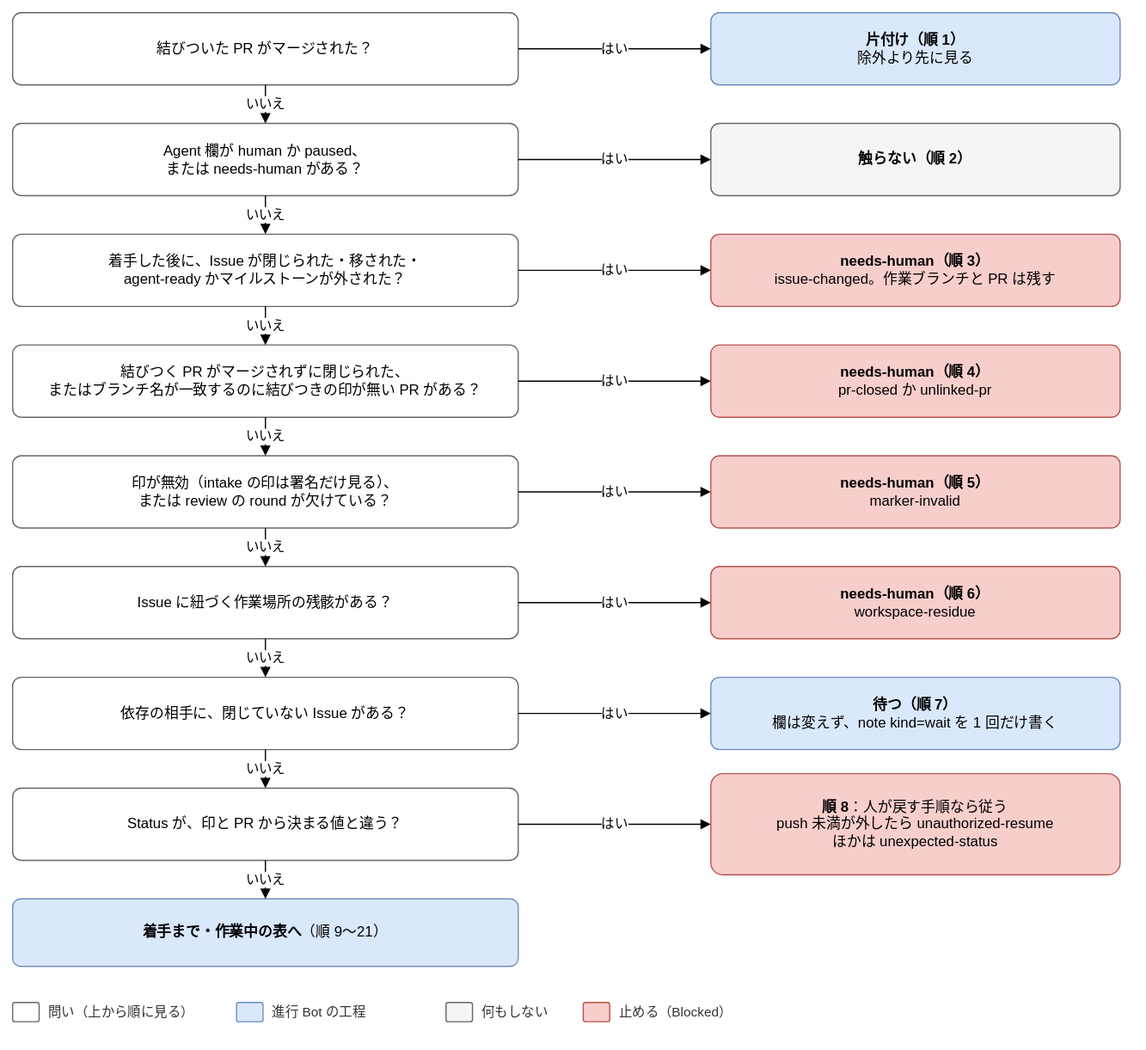
Before: docs/design/basic/diagrams/02-next-step-stops.drawio.svg, a diagram exported from draw.io (Joymerrevent/dev-autopilot). Source tidied: cells renumbered, new cells last; positions are measured from the earlier drawing's top-left corner, leaving out a move shared by most shapes.
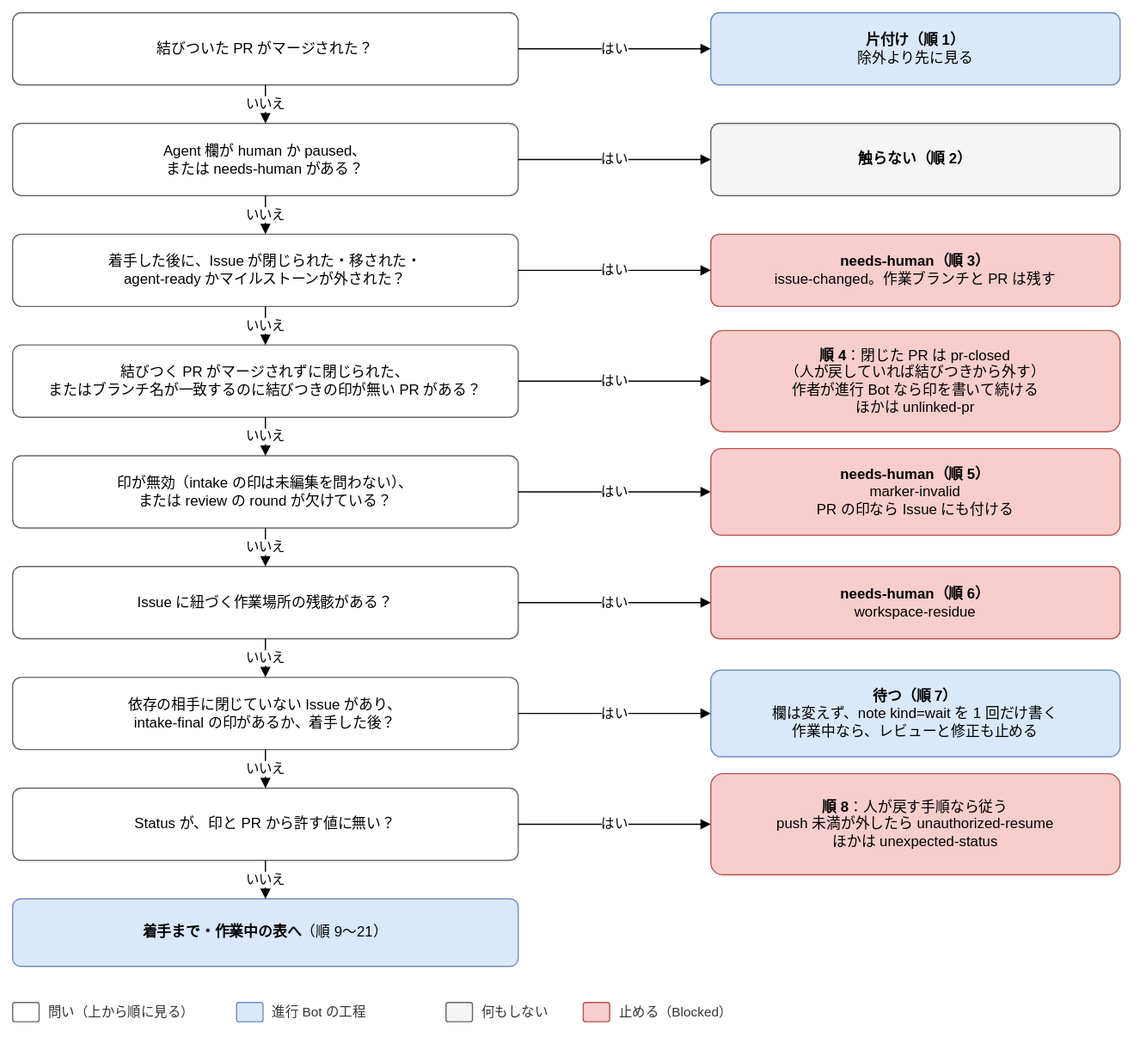
The same diagram one commit later.

The edit, as a diff of the source:
```diff
@@ -38,8 +38,8 @@
     <mxCell id="13" value="結びつく PR がマージされずに閉じられた、&lt;br&gt;またはブランチ名が一致するのに結びつきの印が無い PR がある？" style="rounded=1;whiteSpace=wrap;html=1;fontSize=12;arcSize=12;spacing=12;fillColor=#ffffff;strokeColor=#666666;" parent="1" vertex="1">
       <mxGeometry y="276" width="420" height="60" as="geometry" />
     </mxCell>
-    <mxCell id="14" value="&lt;b&gt;needs-human（順 4）&lt;/b&gt;&lt;br&gt;pr-closed か unlinked-pr" style="rounded=1;whiteSpace=wrap;html=1;fontSize=12;arcSize=12;spacing=12;fillColor=#f8cecc;strokeColor=#b85450;" parent="1" vertex="1">
-      <mxGeometry x="580" y="276" width="340" height="60" as="geometry" />
+    <mxCell id="14" value="&lt;b&gt;順 4&lt;/b&gt;：閉じた PR は pr-closed&lt;br&gt;（人が戻していれば結びつきから外す）&lt;br&gt;作者が進行 Bot なら印を書いて続ける&lt;br&gt;ほかは unlinked-pr" style="rounded=1;whiteSpace=wrap;html=1;fontSize=12;arcSize=12;spacing=12;fillColor=#f8cecc;strokeColor=#b85450;" parent="1" vertex="1">
+      <mxGeometry x="580" y="264" width="340" height="84" as="geometry" />
     </mxCell>
     <mxCell id="15" value="はい" style="edgeStyle=orthogonalEdgeStyle;rounded=1;html=1;endArrow=block;endFill=1;fontSize=11;labelBackgroundColor=#ffffff;exitX=1;exitY=0.5;exitDx=0;exitDy=0;entryX=0;entryY=0.5;entryDx=0;entryDy=0;" parent="1" edge="1" source="13" target="14">
       <mxGeometry relative="1" as="geometry" />
@@ -47,11 +47,11 @@
     <mxCell id="16" value="いいえ" style="edgeStyle=orthogonalEdgeStyle;rounded=1;html=1;endArrow=block;endFill=1;fontSize=11;labelBackgroundColor=#ffffff;exitX=0.5;exitY=1;exitDx=0;exitDy=0;entryX=0.5;entryY=0;entryDx=0;entryDy=0;" parent="1" edge="1" source="9" target="13">
       <mxGeometry relative="1" as="geometry" />
     </mxCell>
-    <mxCell id="17" value="印が無効（intake の印は署名だけ見る）、&lt;br&gt;または review の round が欠けている？" style="rounded=1;whiteSpace=wrap;html=1;fontSize=12;arcSize=12;spacing=12;fillColor=#ffffff;strokeColor=#666666;" parent="1" vertex="1">
+    <mxCell id="17" value="印が無効（intake の印は未編集を問わない）、&lt;br&gt;または review の round が欠けている？" style="rounded=1;whiteSpace=wrap;html=1;fontSize=12;arcSize=12;spacing=12;fillColor=#ffffff;strokeColor=#666666;" parent="1" vertex="1">
       <mxGeometry y="368" width="420" height="60" as="geometry" />
     </mxCell>
-    <mxCell id="18" value="&lt;b&gt;needs-human（順 5）&lt;/b&gt;&lt;br&gt;marker-invalid" style="rounded=1;whiteSpace=wrap;html=1;fontSize=12;arcSize=12;spacing=12;fillColor=#f8cecc;strokeColor=#b85450;" parent="1" vertex="1">
-      <mxGeometry x="580" y="368" width="340" height="60" as="geometry" />
+    <mxCell id="18" value="&lt;b&gt;needs-human（順 5）&lt;/b&gt;&lt;br&gt;marker-invalid&lt;br&gt;PR の印なら Issue にも付ける" style="rounded=1;whiteSpace=wrap;html=1;fontSize=12;arcSize=12;spacing=12;fillColor=#f8cecc;strokeColor=#b85450;" parent="1" vertex="1">
+      <mxGeometry x="580" y="362" width="340" height="72" as="geometry" />
     </mxCell>
     <mxCell id="19" value="はい" style="edgeStyle=orthogonalEdgeStyle;rounded=1;html=1;endArrow=block;endFill=1;fontSize=11;labelBackgroundColor=#ffffff;exitX=1;exitY=0.5;exitDx=0;exitDy=0;entryX=0;entryY=0.5;entryDx=0;entryDy=0;" parent="1" edge="1" source="17" target="18">
       <mxGeometry relative="1" as="geometry" />
@@ -71,11 +71,11 @@
     <mxCell id="24" value="いいえ" style="edgeStyle=orthogonalEdgeStyle;rounded=1;html=1;endArrow=block;endFill=1;fontSize=11;labelBackgroundColor=#ffffff;exitX=0.5;exitY=1;exitDx=0;exitDy=0;entryX=0.5;entryY=0;entryDx=0;entryDy=0;" parent="1" edge="1" source="17" target="21">
       <mxGeometry relative="1" as="geometry" />
     </mxCell>
-    <mxCell id="25" value="依存の相手に、閉じていない Issue がある？" style="rounded=1;whiteSpace=wrap;html=1;fontSize=12;arcSize=12;spacing=12;fillColor=#ffffff;strokeColor=#666666;" parent="1" vertex="1">
+    <mxCell id="25" value="依存の相手に閉じていない Issue があり、&lt;br&gt;intake-final の印があるか、着手した後？" style="rounded=1;whiteSpace=wrap;html=1;fontSize=12;arcSize=12;spacing=12;fillColor=#ffffff;strokeColor=#666666;" parent="1" vertex="1">
       <mxGeometry y="552" width="420" height="60" as="geometry" />
     </mxCell>
-    <mxCell id="26" value="&lt;b&gt;待つ（順 7）&lt;/b&gt;&lt;br&gt;欄は変えず、note kind=wait を 1 回だけ書く" style="rounded=1;whiteSpace=wrap;html=1;fontSize=12;arcSize=12;spacing=12;fillColor=#dae8fc;strokeColor=#6c8ebf;" parent="1" vertex="1">
-      <mxGeometry x="580" y="552" width="340" height="60" as="geometry" />
+    <mxCell id="26" value="&lt;b&gt;待つ（順 7）&lt;/b&gt;&lt;br&gt;欄は変えず、note kind=wait を 1 回だけ書く&lt;br&gt;作業中なら、レビューと修正も止める" style="rounded=1;whiteSpace=wrap;html=1;fontSize=12;arcSize=12;spacing=12;fillColor=#dae8fc;strokeColor=#6c8ebf;" parent="1" vertex="1">
+      <mxGeometry x="580" y="546" width="340" height="72" as="geometry" />
     </mxCell>
     <mxCell id="27" value="はい" style="edgeStyle=orthogonalEdgeStyle;rounded=1;html=1;endArrow=block;endFill=1;fontSize=11;labelBackgroundColor=#ffffff;exitX=1;exitY=0.5;exitDx=0;exitDy=0;entryX=0;entryY=0.5;entryDx=0;entryDy=0;" parent="1" edge="1" source="25" target="26">
       <mxGeometry relative="1" as="geometry" />
@@ -83,7 +83,7 @@
     <mxCell id="28" value="いいえ" style="edgeStyle=orthogonalEdgeStyle;rounded=1;html=1;endArrow=block;endFill=1;fontSize=11;labelBackgroundColor=#ffffff;exitX=0.5;exitY=1;exitDx=0;exitDy=0;entryX=0.5;entryY=0;entryDx=0;entryDy=0;" parent="1" edge="1" source="21" target="25">
       <mxGeometry relative="1" as="geometry" />
     </mxCell>
-    <mxCell id="29" value="Status が、印と PR から決まる値と違う？" style="rounded=1;whiteSpace=wrap;html=1;fontSize=12;arcSize=12;spacing=12;fillColor=#ffffff;strokeColor=#666666;" parent="1" vertex="1">
+    <mxCell id="29" value="Status が、印と PR から許す値に無い？" style="rounded=1;whiteSpace=wrap;html=1;fontSize=12;arcSize=12;spacing=12;fillColor=#ffffff;strokeColor=#666666;" parent="1" vertex="1">
       <mxGeometry y="644" width="420" height="60" as="geometry" />
     </mxCell>
     <mxCell id="30" value="&lt;b&gt;順 8&lt;/b&gt;：人が戻す手順なら従う&lt;br&gt;push 未満が外したら unauthorized-resume&lt;br&gt;ほかは unexpected-status" style="rounded=1;whiteSpace=wrap;html=1;fontSize=12;arcSize=12;spacing=12;fillColor=#f8cecc;strokeColor=#b85450;" parent="1" vertex="1">
```
